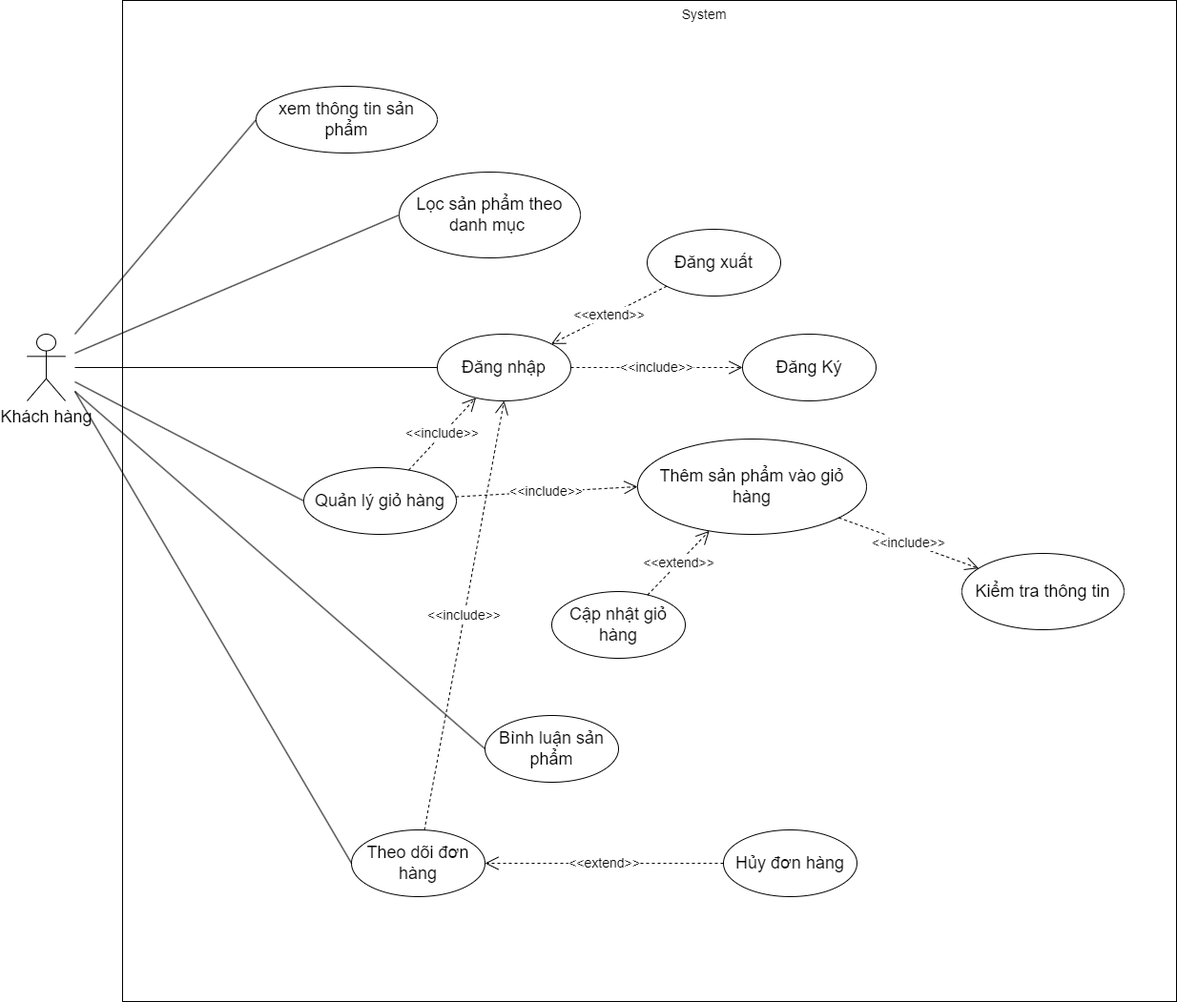
The draw.io diagram Báo cáo dự án/Use_case_du_an/use-case-customer-GG.drawio.png in CreepySenpai/Go_Green, before a commit. Source tidied: cells renumbered, new cells last; positions are measured from the earlier drawing's top-left corner, leaving out a move shared by most shapes. Its diagram source:
```xml
<mxGraphModel>
  <root>
    <mxCell id="0" />
    <mxCell id="1" parent="0" />
    <mxCell id="2" value="&lt;font style=&quot;font-size: 18px;&quot;&gt;Khách hàng&lt;/font&gt;" style="shape=umlActor;verticalLabelPosition=bottom;verticalAlign=top;html=1;" parent="1" vertex="1">
      <mxGeometry y="350" width="40" height="70" as="geometry" />
    </mxCell>
    <mxCell id="3" style="rounded=0;whiteSpace=wrap;html=1;" parent="1" vertex="1">
      <mxGeometry x="100" width="1105" height="1050" as="geometry" />
    </mxCell>
    <mxCell id="4" value="&lt;font style=&quot;font-size: 14px;&quot;&gt;System&lt;/font&gt;" style="text;html=1;strokeColor=none;fillColor=none;align=center;verticalAlign=middle;whiteSpace=wrap;rounded=0;" parent="1" vertex="1">
      <mxGeometry x="640" width="140" height="30" as="geometry" />
    </mxCell>
    <mxCell id="5" value="&lt;font style=&quot;font-size: 18px;&quot;&gt;Đăng nhập&lt;/font&gt;" style="ellipse;whiteSpace=wrap;html=1;" parent="1" vertex="1">
      <mxGeometry x="430" y="350" width="140" height="70" as="geometry" />
    </mxCell>
    <mxCell id="6" value="&lt;span style=&quot;font-size: 18px;&quot;&gt;Đăng Ký&lt;/span&gt;" style="ellipse;whiteSpace=wrap;html=1;" parent="1" vertex="1">
      <mxGeometry x="750" y="350" width="140" height="70" as="geometry" />
    </mxCell>
    <mxCell id="7" value="&lt;font style=&quot;font-size: 18px;&quot;&gt;xem thông tin sản phẩm&lt;/font&gt;" style="ellipse;whiteSpace=wrap;html=1;" parent="1" vertex="1">
      <mxGeometry x="240" y="90" width="190" height="70" as="geometry" />
    </mxCell>
    <mxCell id="8" value="&lt;font style=&quot;font-size: 18px;&quot;&gt;Lọc sản phẩm theo danh mục&amp;nbsp;&lt;/font&gt;" style="ellipse;whiteSpace=wrap;html=1;" parent="1" vertex="1">
      <mxGeometry x="390" y="180" width="190" height="90" as="geometry" />
    </mxCell>
    <mxCell id="9" value="&lt;font style=&quot;font-size: 18px;&quot;&gt;Quản lý giỏ hàng&lt;/font&gt;" style="ellipse;whiteSpace=wrap;html=1;" parent="1" vertex="1">
      <mxGeometry x="290" y="490" width="160" height="70" as="geometry" />
    </mxCell>
    <mxCell id="10" value="&lt;font style=&quot;font-size: 18px;&quot;&gt;Thêm sản phẩm vào giỏ hàng&lt;/font&gt;" style="ellipse;whiteSpace=wrap;html=1;" parent="1" vertex="1">
      <mxGeometry x="640" y="460" width="240" height="100" as="geometry" />
    </mxCell>
    <mxCell id="11" value="&lt;font style=&quot;font-size: 18px;&quot;&gt;Cập nhật giỏ hàng&lt;/font&gt;" style="ellipse;whiteSpace=wrap;html=1;" parent="1" vertex="1">
      <mxGeometry x="550" y="620" width="140" height="70" as="geometry" />
    </mxCell>
    <mxCell id="12" value="&lt;font style=&quot;font-size: 18px;&quot;&gt;Theo dõi đơn hàng&lt;/font&gt;" style="ellipse;whiteSpace=wrap;html=1;" parent="1" vertex="1">
      <mxGeometry x="340" y="870" width="140" height="70" as="geometry" />
    </mxCell>
    <mxCell id="13" style="endArrow=none;html=1;rounded=0;exitX=0;exitY=0.5;exitDx=0;exitDy=0;" parent="1" edge="1" source="7">
      <mxGeometry relative="1" as="geometry">
        <mxPoint x="50" y="350" as="targetPoint" />
      </mxGeometry>
    </mxCell>
    <mxCell id="14" style="endArrow=none;html=1;rounded=0;entryX=0;entryY=0.5;entryDx=0;entryDy=0;" parent="1" edge="1" target="8">
      <mxGeometry relative="1" as="geometry">
        <mxPoint x="50" y="370" as="sourcePoint" />
      </mxGeometry>
    </mxCell>
    <mxCell id="15" style="endArrow=none;html=1;rounded=0;entryX=0;entryY=0.5;entryDx=0;entryDy=0;" parent="1" edge="1" target="5">
      <mxGeometry relative="1" as="geometry">
        <mxPoint x="50" y="385" as="sourcePoint" />
      </mxGeometry>
    </mxCell>
    <mxCell id="16" style="endArrow=none;html=1;rounded=0;entryX=0;entryY=0.5;entryDx=0;entryDy=0;" parent="1" edge="1" target="9">
      <mxGeometry relative="1" as="geometry">
        <mxPoint x="50" y="400" as="sourcePoint" />
      </mxGeometry>
    </mxCell>
    <mxCell id="17" style="endArrow=none;html=1;rounded=0;exitX=0;exitY=0.5;exitDx=0;exitDy=0;" parent="1" edge="1" source="12">
      <mxGeometry relative="1" as="geometry">
        <mxPoint x="50" y="410" as="targetPoint" />
      </mxGeometry>
    </mxCell>
    <mxCell id="18" value="&lt;font style=&quot;font-size: 14px;&quot;&gt;&amp;lt;&amp;lt;include&amp;gt;&amp;gt;&lt;/font&gt;" style="endArrow=open;endSize=12;dashed=1;html=1;rounded=0;entryX=0;entryY=0.5;entryDx=0;entryDy=0;exitX=1;exitY=0.5;exitDx=0;exitDy=0;" parent="1" edge="1" source="5" target="6">
      <mxGeometry relative="1" as="geometry" />
    </mxCell>
    <mxCell id="19" value="&lt;font style=&quot;font-size: 14px;&quot;&gt;&amp;lt;&amp;lt;include&amp;gt;&amp;gt;&lt;/font&gt;" style="endArrow=open;endSize=12;dashed=1;html=1;rounded=0;" parent="1" edge="1" source="9" target="5">
      <mxGeometry relative="1" as="geometry" />
    </mxCell>
    <mxCell id="20" value="&lt;font style=&quot;font-size: 14px;&quot;&gt;&amp;lt;&amp;lt;include&amp;gt;&amp;gt;&lt;/font&gt;" style="endArrow=open;endSize=12;dashed=1;html=1;rounded=0;" parent="1" edge="1" source="12">
      <mxGeometry relative="1" as="geometry">
        <mxPoint x="500" y="420" as="targetPoint" />
      </mxGeometry>
    </mxCell>
    <mxCell id="21" value="&lt;font style=&quot;font-size: 18px;&quot;&gt;Đăng xuất&lt;/font&gt;" style="ellipse;whiteSpace=wrap;html=1;" parent="1" vertex="1">
      <mxGeometry x="650" y="240" width="140" height="70" as="geometry" />
    </mxCell>
    <mxCell id="22" value="&lt;font style=&quot;font-size: 14px;&quot;&gt;&amp;lt;&amp;lt;include&amp;gt;&amp;gt;&lt;/font&gt;" style="endArrow=open;endSize=12;dashed=1;html=1;rounded=0;entryX=0;entryY=0.5;entryDx=0;entryDy=0;" parent="1" edge="1" source="9" target="10">
      <mxGeometry relative="1" as="geometry" />
    </mxCell>
    <mxCell id="23" value="&lt;span style=&quot;font-size: 14px;&quot;&gt;&amp;lt;&amp;lt;extend&amp;gt;&amp;gt;&lt;/span&gt;" style="endArrow=open;endSize=12;dashed=1;html=1;rounded=0;" parent="1" edge="1" source="11" target="10">
      <mxGeometry relative="1" as="geometry" />
    </mxCell>
    <mxCell id="24" value="&lt;span style=&quot;font-size: 14px;&quot;&gt;&amp;lt;&amp;lt;extend&amp;gt;&amp;gt;&lt;/span&gt;" style="endArrow=open;endSize=12;dashed=1;html=1;rounded=0;" parent="1" edge="1" source="21" target="5">
      <mxGeometry relative="1" as="geometry" />
    </mxCell>
    <mxCell id="25" value="&lt;font style=&quot;font-size: 18px;&quot;&gt;Kiểm tra thông tin&lt;/font&gt;" style="ellipse;whiteSpace=wrap;html=1;" parent="1" vertex="1">
      <mxGeometry x="980" y="580" width="170" height="80" as="geometry" />
    </mxCell>
    <mxCell id="26" value="&lt;font style=&quot;font-size: 14px;&quot;&gt;&amp;lt;&amp;lt;include&amp;gt;&amp;gt;&lt;/font&gt;" style="endArrow=open;endSize=12;dashed=1;html=1;rounded=0;" parent="1" edge="1" source="10" target="25">
      <mxGeometry relative="1" as="geometry" />
    </mxCell>
    <mxCell id="27" value="&lt;span style=&quot;font-size: 18px;&quot;&gt;Hủy đơn hàng&lt;/span&gt;" style="ellipse;whiteSpace=wrap;html=1;" parent="1" vertex="1">
      <mxGeometry x="730" y="870" width="140" height="70" as="geometry" />
    </mxCell>
    <mxCell id="28" value="&lt;span style=&quot;font-size: 14px;&quot;&gt;&amp;lt;&amp;lt;extend&amp;gt;&amp;gt;&lt;/span&gt;" style="endArrow=open;endSize=12;dashed=1;html=1;rounded=0;" parent="1" edge="1" source="27" target="12">
      <mxGeometry relative="1" as="geometry" />
    </mxCell>
    <mxCell id="29" value="&lt;font style=&quot;font-size: 18px;&quot;&gt;Bình luận sản phẩm&lt;/font&gt;" style="ellipse;whiteSpace=wrap;html=1;" parent="1" vertex="1">
      <mxGeometry x="480" y="750" width="140" height="70" as="geometry" />
    </mxCell>
    <mxCell id="30" style="endArrow=none;html=1;rounded=0;entryX=0;entryY=0.5;entryDx=0;entryDy=0;" parent="1" edge="1" target="29">
      <mxGeometry relative="1" as="geometry">
        <mxPoint x="50" y="410" as="sourcePoint" />
      </mxGeometry>
    </mxCell>
  </root>
</mxGraphModel>
```
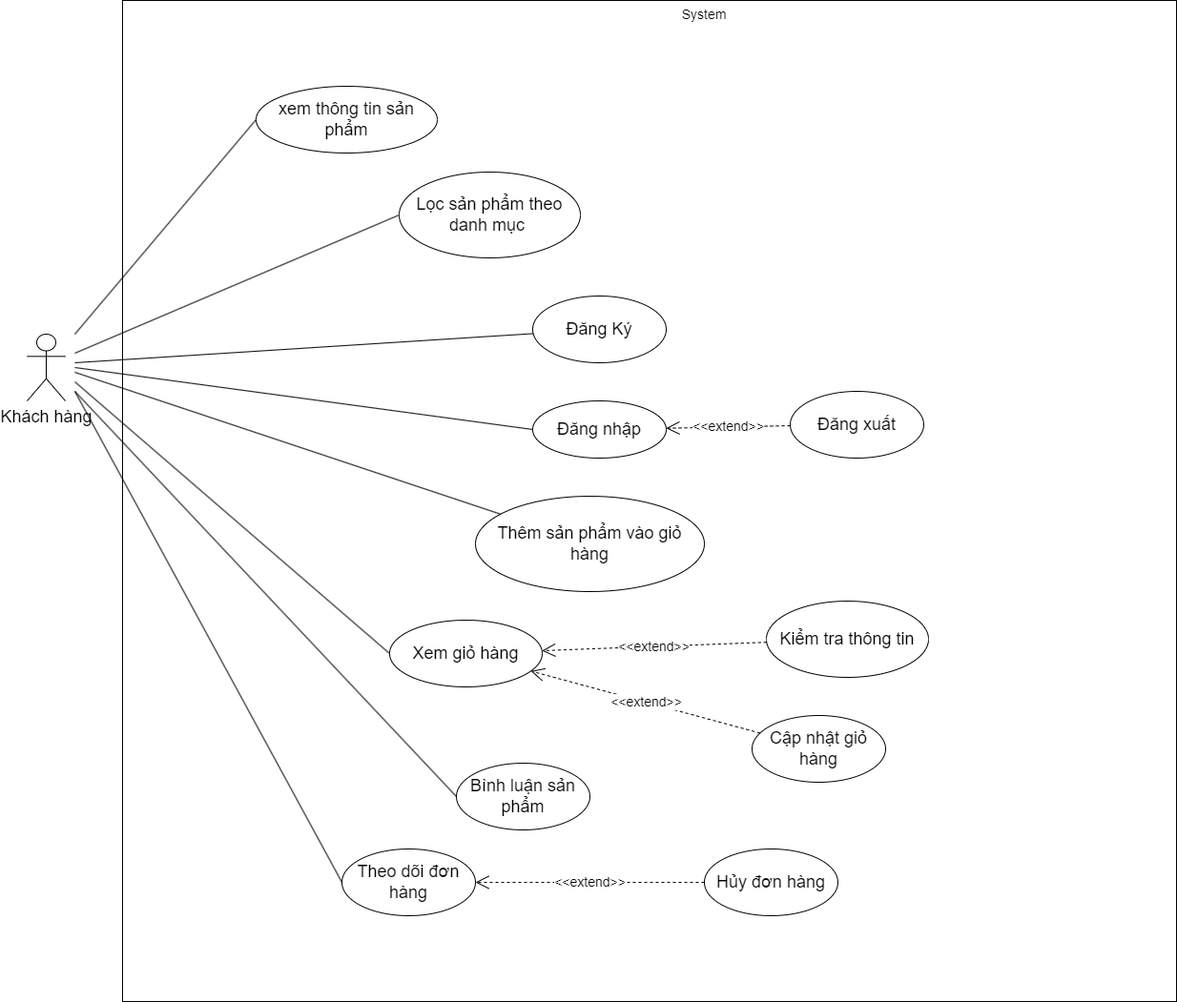
After the change.

Commit message:
done use case bao cao

Change to the diagram source:
```diff
@@ -12,10 +12,10 @@
       <mxGeometry x="640" width="140" height="30" as="geometry" />
     </mxCell>
     <mxCell id="5" value="&lt;font style=&quot;font-size: 18px;&quot;&gt;Đăng nhập&lt;/font&gt;" style="ellipse;whiteSpace=wrap;html=1;" parent="1" vertex="1">
-      <mxGeometry x="430" y="350" width="140" height="70" as="geometry" />
+      <mxGeometry x="530" y="420" width="140" height="60" as="geometry" />
     </mxCell>
     <mxCell id="6" value="&lt;span style=&quot;font-size: 18px;&quot;&gt;Đăng Ký&lt;/span&gt;" style="ellipse;whiteSpace=wrap;html=1;" parent="1" vertex="1">
-      <mxGeometry x="750" y="350" width="140" height="70" as="geometry" />
+      <mxGeometry x="530" y="310" width="140" height="70" as="geometry" />
     </mxCell>
     <mxCell id="7" value="&lt;font style=&quot;font-size: 18px;&quot;&gt;xem thông tin sản phẩm&lt;/font&gt;" style="ellipse;whiteSpace=wrap;html=1;" parent="1" vertex="1">
       <mxGeometry x="240" y="90" width="190" height="70" as="geometry" />
@@ -23,17 +23,17 @@
     <mxCell id="8" value="&lt;font style=&quot;font-size: 18px;&quot;&gt;Lọc sản phẩm theo danh mục&amp;nbsp;&lt;/font&gt;" style="ellipse;whiteSpace=wrap;html=1;" parent="1" vertex="1">
       <mxGeometry x="390" y="180" width="190" height="90" as="geometry" />
     </mxCell>
-    <mxCell id="9" value="&lt;font style=&quot;font-size: 18px;&quot;&gt;Quản lý giỏ hàng&lt;/font&gt;" style="ellipse;whiteSpace=wrap;html=1;" parent="1" vertex="1">
-      <mxGeometry x="290" y="490" width="160" height="70" as="geometry" />
+    <mxCell id="9" value="&lt;font style=&quot;font-size: 18px;&quot;&gt;Xem giỏ hàng&lt;/font&gt;" style="ellipse;whiteSpace=wrap;html=1;" parent="1" vertex="1">
+      <mxGeometry x="380" y="650" width="160" height="70" as="geometry" />
     </mxCell>
     <mxCell id="10" value="&lt;font style=&quot;font-size: 18px;&quot;&gt;Thêm sản phẩm vào giỏ hàng&lt;/font&gt;" style="ellipse;whiteSpace=wrap;html=1;" parent="1" vertex="1">
-      <mxGeometry x="640" y="460" width="240" height="100" as="geometry" />
+      <mxGeometry x="470" y="520" width="240" height="100" as="geometry" />
     </mxCell>
     <mxCell id="11" value="&lt;font style=&quot;font-size: 18px;&quot;&gt;Cập nhật giỏ hàng&lt;/font&gt;" style="ellipse;whiteSpace=wrap;html=1;" parent="1" vertex="1">
-      <mxGeometry x="550" y="620" width="140" height="70" as="geometry" />
+      <mxGeometry x="760" y="750" width="140" height="70" as="geometry" />
     </mxCell>
     <mxCell id="12" value="&lt;font style=&quot;font-size: 18px;&quot;&gt;Theo dõi đơn hàng&lt;/font&gt;" style="ellipse;whiteSpace=wrap;html=1;" parent="1" vertex="1">
-      <mxGeometry x="340" y="870" width="140" height="70" as="geometry" />
+      <mxGeometry x="330" y="890" width="140" height="70" as="geometry" />
     </mxCell>
     <mxCell id="13" style="endArrow=none;html=1;rounded=0;exitX=0;exitY=0.5;exitDx=0;exitDy=0;" parent="1" edge="1" source="7">
       <mxGeometry relative="1" as="geometry">
@@ -60,48 +60,44 @@
         <mxPoint x="50" y="410" as="targetPoint" />
       </mxGeometry>
     </mxCell>
-    <mxCell id="18" value="&lt;font style=&quot;font-size: 14px;&quot;&gt;&amp;lt;&amp;lt;include&amp;gt;&amp;gt;&lt;/font&gt;" style="endArrow=open;endSize=12;dashed=1;html=1;rounded=0;entryX=0;entryY=0.5;entryDx=0;entryDy=0;exitX=1;exitY=0.5;exitDx=0;exitDy=0;" parent="1" edge="1" source="5" target="6">
-      <mxGeometry relative="1" as="geometry" />
-    </mxCell>
-    <mxCell id="19" value="&lt;font style=&quot;font-size: 14px;&quot;&gt;&amp;lt;&amp;lt;include&amp;gt;&amp;gt;&lt;/font&gt;" style="endArrow=open;endSize=12;dashed=1;html=1;rounded=0;" parent="1" edge="1" source="9" target="5">
-      <mxGeometry relative="1" as="geometry" />
-    </mxCell>
-    <mxCell id="20" value="&lt;font style=&quot;font-size: 14px;&quot;&gt;&amp;lt;&amp;lt;include&amp;gt;&amp;gt;&lt;/font&gt;" style="endArrow=open;endSize=12;dashed=1;html=1;rounded=0;" parent="1" edge="1" source="12">
-      <mxGeometry relative="1" as="geometry">
-        <mxPoint x="500" y="420" as="targetPoint" />
-      </mxGeometry>
-    </mxCell>
     <mxCell id="21" value="&lt;font style=&quot;font-size: 18px;&quot;&gt;Đăng xuất&lt;/font&gt;" style="ellipse;whiteSpace=wrap;html=1;" parent="1" vertex="1">
-      <mxGeometry x="650" y="240" width="140" height="70" as="geometry" />
+      <mxGeometry x="800" y="410" width="140" height="70" as="geometry" />
     </mxCell>
-    <mxCell id="22" value="&lt;font style=&quot;font-size: 14px;&quot;&gt;&amp;lt;&amp;lt;include&amp;gt;&amp;gt;&lt;/font&gt;" style="endArrow=open;endSize=12;dashed=1;html=1;rounded=0;entryX=0;entryY=0.5;entryDx=0;entryDy=0;" parent="1" edge="1" source="9" target="10">
-      <mxGeometry relative="1" as="geometry" />
-    </mxCell>
-    <mxCell id="23" value="&lt;span style=&quot;font-size: 14px;&quot;&gt;&amp;lt;&amp;lt;extend&amp;gt;&amp;gt;&lt;/span&gt;" style="endArrow=open;endSize=12;dashed=1;html=1;rounded=0;" parent="1" edge="1" source="11" target="10">
+    <mxCell id="23" value="&lt;span style=&quot;font-size: 14px;&quot;&gt;&amp;lt;&amp;lt;extend&amp;gt;&amp;gt;&lt;/span&gt;" style="endArrow=open;endSize=12;dashed=1;html=1;rounded=0;" parent="1" edge="1" source="11" target="9">
       <mxGeometry relative="1" as="geometry" />
     </mxCell>
     <mxCell id="24" value="&lt;span style=&quot;font-size: 14px;&quot;&gt;&amp;lt;&amp;lt;extend&amp;gt;&amp;gt;&lt;/span&gt;" style="endArrow=open;endSize=12;dashed=1;html=1;rounded=0;" parent="1" edge="1" source="21" target="5">
       <mxGeometry relative="1" as="geometry" />
     </mxCell>
     <mxCell id="25" value="&lt;font style=&quot;font-size: 18px;&quot;&gt;Kiểm tra thông tin&lt;/font&gt;" style="ellipse;whiteSpace=wrap;html=1;" parent="1" vertex="1">
-      <mxGeometry x="980" y="580" width="170" height="80" as="geometry" />
+      <mxGeometry x="775" y="630" width="170" height="80" as="geometry" />
     </mxCell>
-    <mxCell id="26" value="&lt;font style=&quot;font-size: 14px;&quot;&gt;&amp;lt;&amp;lt;include&amp;gt;&amp;gt;&lt;/font&gt;" style="endArrow=open;endSize=12;dashed=1;html=1;rounded=0;" parent="1" edge="1" source="10" target="25">
+    <mxCell id="26" value="&lt;font style=&quot;font-size: 14px;&quot;&gt;&amp;lt;&amp;lt;extend&amp;gt;&amp;gt;&lt;/font&gt;" style="endArrow=open;endSize=12;dashed=1;html=1;rounded=0;" parent="1" edge="1" source="25" target="9">
       <mxGeometry relative="1" as="geometry" />
     </mxCell>
     <mxCell id="27" value="&lt;span style=&quot;font-size: 18px;&quot;&gt;Hủy đơn hàng&lt;/span&gt;" style="ellipse;whiteSpace=wrap;html=1;" parent="1" vertex="1">
-      <mxGeometry x="730" y="870" width="140" height="70" as="geometry" />
+      <mxGeometry x="710" y="890" width="140" height="70" as="geometry" />
     </mxCell>
     <mxCell id="28" value="&lt;span style=&quot;font-size: 14px;&quot;&gt;&amp;lt;&amp;lt;extend&amp;gt;&amp;gt;&lt;/span&gt;" style="endArrow=open;endSize=12;dashed=1;html=1;rounded=0;" parent="1" edge="1" source="27" target="12">
       <mxGeometry relative="1" as="geometry" />
     </mxCell>
     <mxCell id="29" value="&lt;font style=&quot;font-size: 18px;&quot;&gt;Bình luận sản phẩm&lt;/font&gt;" style="ellipse;whiteSpace=wrap;html=1;" parent="1" vertex="1">
-      <mxGeometry x="480" y="750" width="140" height="70" as="geometry" />
+      <mxGeometry x="450" y="800" width="140" height="70" as="geometry" />
     </mxCell>
     <mxCell id="30" style="endArrow=none;html=1;rounded=0;entryX=0;entryY=0.5;entryDx=0;entryDy=0;" parent="1" edge="1" target="29">
       <mxGeometry relative="1" as="geometry">
         <mxPoint x="50" y="410" as="sourcePoint" />
       </mxGeometry>
     </mxCell>
+    <mxCell id="31" style="endArrow=none;html=1;rounded=0;" parent="1" edge="1" target="10">
+      <mxGeometry relative="1" as="geometry">
+        <mxPoint x="50" y="390" as="sourcePoint" />
+      </mxGeometry>
+    </mxCell>
+    <mxCell id="32" style="endArrow=none;html=1;rounded=0;" parent="1" edge="1" target="6">
+      <mxGeometry relative="1" as="geometry">
+        <mxPoint x="50" y="380" as="sourcePoint" />
+      </mxGeometry>
+    </mxCell>
   </root>
 </mxGraphModel>
```
